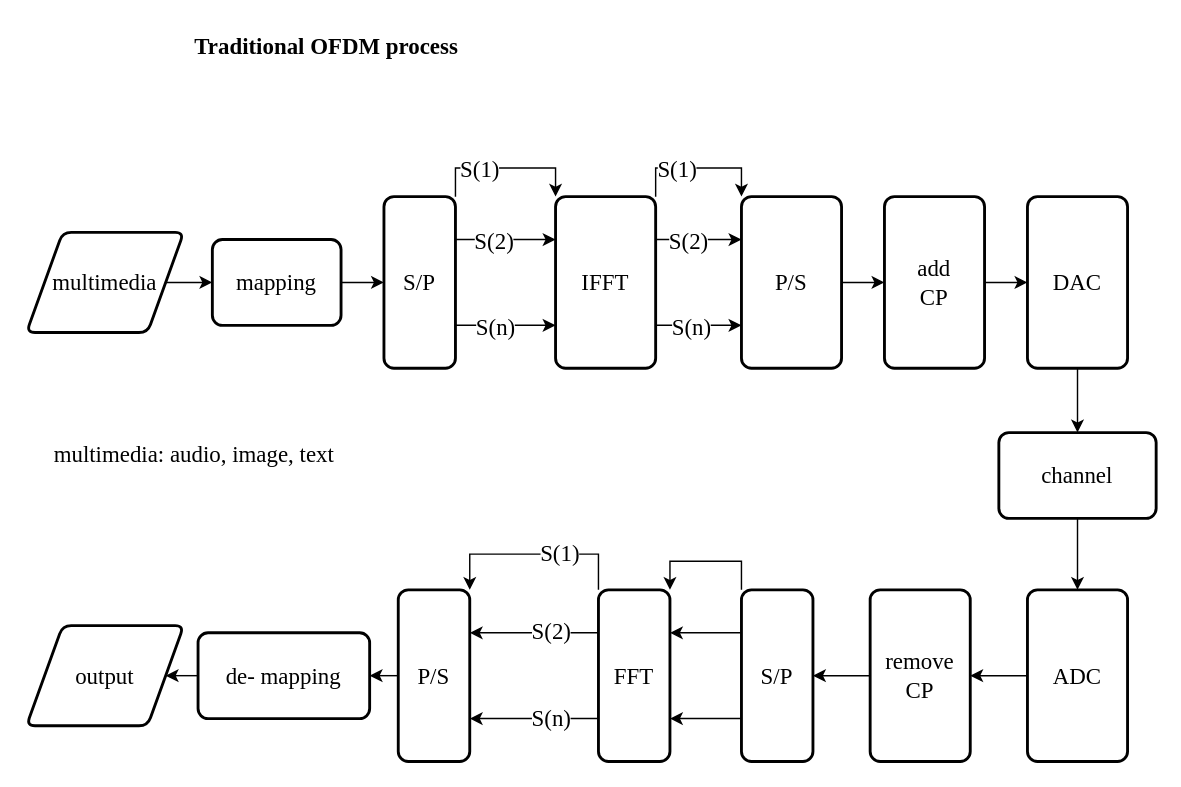
troders34/research keeps this draw.io diagram as page "tradOFDM" (1 of 5) of mod.drawio. Above is the earlier version. Source tidied: cells renumbered, new cells numbered last; positions are measured from the earlier drawing's top-left corner, leaving out a move shared by most shapes. Both pictures are drawn from the tidied source at 143%, with x=0, y=0 at pixel (26, 24).
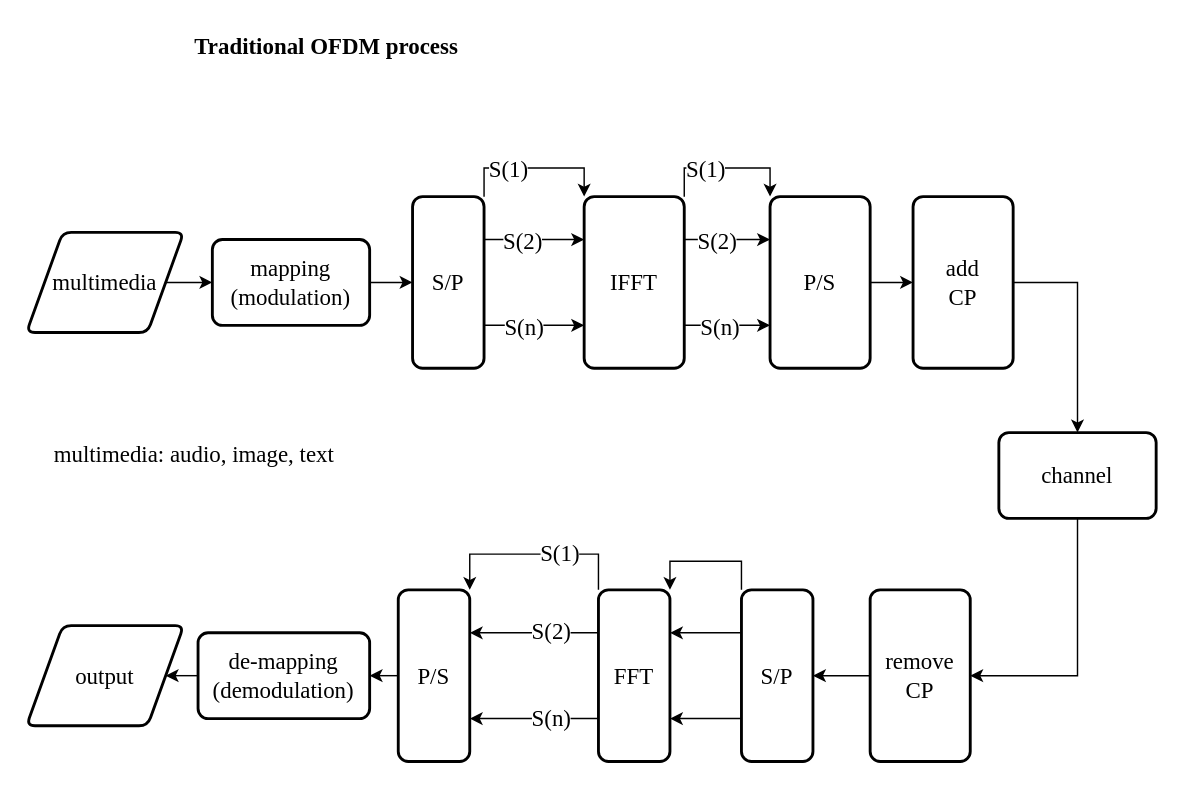
The same page after the edit.

Unchanged cells that the change refers to:
```xml
<mxCell id="17" value="channel" style="rounded=1;whiteSpace=wrap;html=1;absoluteArcSize=1;arcSize=14;strokeWidth=2;fontSize=16;fontFamily=Times New Roman;" parent="1" vertex="1">
  <mxGeometry x="680" y="285" width="110" height="60" as="geometry" />
</mxCell>
<mxCell id="49" value="remove&lt;div&gt;CP&lt;/div&gt;" style="rounded=1;whiteSpace=wrap;html=1;absoluteArcSize=1;arcSize=14;strokeWidth=2;fontSize=16;fontFamily=Times New Roman;" parent="1" vertex="1">
  <mxGeometry x="590" y="395" width="70" height="120" as="geometry" />
</mxCell>
```

Diff of the diagram source:
```diff
@@
-    <mxCell id="4" style="edgeStyle=orthogonalEdgeStyle;rounded=0;jettySize=auto;html=1;exitX=1;exitY=0.5;exitDx=0;exitDy=0;entryX=0;entryY=0.5;entryDx=0;entryDy=0;fontFamily=Times New Roman;fontSize=16;" parent="1" edge="1" source="5" target="12">
+    <mxCell id="4" style="edgeStyle=orthogonalEdgeStyle;rounded=0;jettySize=auto;html=1;entryX=0;entryY=0.5;entryDx=0;entryDy=0;fontFamily=Times New Roman;fontSize=16;exitX=1;exitY=0.5;exitDx=0;exitDy=0;" parent="1" edge="1" source="5" target="12">
       <mxGeometry relative="1" as="geometry" />
     </mxCell>
-    <mxCell id="5" value="mapping" style="rounded=1;whiteSpace=wrap;html=1;absoluteArcSize=1;arcSize=14;strokeWidth=2;fontSize=16;fontFamily=Times New Roman;" parent="1" vertex="1">
-      <mxGeometry x="130" y="150" width="90" height="60" as="geometry" />
+    <mxCell id="5" value="mapping&lt;div&gt;(modulation)&lt;/div&gt;" style="rounded=1;whiteSpace=wrap;html=1;absoluteArcSize=1;arcSize=14;strokeWidth=2;fontSize=16;fontFamily=Times New Roman;" parent="1" vertex="1">
+      <mxGeometry x="130" y="150" width="110" height="60" as="geometry" />
     </mxCell>
@@
     <mxCell id="8" style="edgeStyle=orthogonalEdgeStyle;rounded=0;jettySize=auto;html=1;exitX=1;exitY=0;exitDx=0;exitDy=0;entryX=0;entryY=0;entryDx=0;entryDy=0;fontFamily=Times New Roman;fontSize=16;" parent="1" edge="1" source="12" target="13">
       <mxGeometry relative="1" as="geometry">
         <Array as="points">
-          <mxPoint x="300" y="100" />
-          <mxPoint x="370" y="100" />
+          <mxPoint x="320" y="100" />
+          <mxPoint x="390" y="100" />
         </Array>
       </mxGeometry>
     </mxCell>
@@
     <mxCell id="12" value="S/P" style="rounded=1;whiteSpace=wrap;html=1;absoluteArcSize=1;arcSize=14;strokeWidth=2;fontSize=16;fontFamily=Times New Roman;" parent="1" vertex="1">
-      <mxGeometry x="250" y="120" width="50" height="120" as="geometry" />
+      <mxGeometry x="270" y="120" width="50" height="120" as="geometry" />
     </mxCell>
     <mxCell id="13" value="IFFT" style="rounded=1;whiteSpace=wrap;html=1;absoluteArcSize=1;arcSize=14;strokeWidth=2;fontSize=16;fontFamily=Times New Roman;" parent="1" vertex="1">
-      <mxGeometry x="370" y="120" width="70" height="120" as="geometry" />
+      <mxGeometry x="390" y="120" width="70" height="120" as="geometry" />
     </mxCell>
-    <mxCell id="14" style="edgeStyle=orthogonalEdgeStyle;rounded=0;jettySize=auto;html=1;exitX=0.5;exitY=1;exitDx=0;exitDy=0;entryX=0.5;entryY=0;entryDx=0;entryDy=0;fontFamily=Times New Roman;fontSize=16;" parent="1" edge="1" source="15" target="17">
-      <mxGeometry relative="1" as="geometry" />
-    </mxCell>
-    <mxCell id="15" value="DAC" style="rounded=1;whiteSpace=wrap;html=1;absoluteArcSize=1;arcSize=14;strokeWidth=2;fontSize=16;fontFamily=Times New Roman;" parent="1" vertex="1">
-      <mxGeometry x="700" y="120" width="70" height="120" as="geometry" />
-    </mxCell>
-    <mxCell id="16" style="edgeStyle=orthogonalEdgeStyle;rounded=0;jettySize=auto;html=1;exitX=0.5;exitY=1;exitDx=0;exitDy=0;entryX=0.5;entryY=0;entryDx=0;entryDy=0;fontFamily=Times New Roman;fontSize=16;" parent="1" edge="1" source="17" target="19">
+    <mxCell id="16" style="edgeStyle=orthogonalEdgeStyle;rounded=0;jettySize=auto;html=1;exitX=0.5;exitY=1;exitDx=0;exitDy=0;entryX=1;entryY=0.5;entryDx=0;entryDy=0;fontFamily=Times New Roman;fontSize=16;" parent="1" edge="1" source="17" target="49">
       <mxGeometry relative="1" as="geometry" />
     </mxCell>
@@
-    <mxCell id="18" style="edgeStyle=orthogonalEdgeStyle;rounded=0;jettySize=auto;html=1;exitX=0;exitY=0.5;exitDx=0;exitDy=0;entryX=1;entryY=0.5;entryDx=0;entryDy=0;" parent="1" edge="1" source="19" target="49">
-      <mxGeometry relative="1" as="geometry" />
-    </mxCell>
-    <mxCell id="19" value="ADC" style="rounded=1;whiteSpace=wrap;html=1;absoluteArcSize=1;arcSize=14;strokeWidth=2;fontSize=16;fontFamily=Times New Roman;" parent="1" vertex="1">
-      <mxGeometry x="700" y="395" width="70" height="120" as="geometry" />
-    </mxCell>
@@
-    <mxCell id="30" value="de- mapping" style="rounded=1;whiteSpace=wrap;html=1;absoluteArcSize=1;arcSize=14;strokeWidth=2;fontSize=16;fontFamily=Times New Roman;" parent="1" vertex="1">
+    <mxCell id="30" value="de-mapping&lt;div&gt;(demodulation)&lt;/div&gt;" style="rounded=1;whiteSpace=wrap;html=1;absoluteArcSize=1;arcSize=14;strokeWidth=2;fontSize=16;fontFamily=Times New Roman;" parent="1" vertex="1">
       <mxGeometry x="120" y="425" width="120" height="60" as="geometry" />
     </mxCell>
@@
     <mxCell id="40" value="P/S" style="rounded=1;whiteSpace=wrap;html=1;absoluteArcSize=1;arcSize=14;strokeWidth=2;fontSize=16;fontFamily=Times New Roman;" parent="1" vertex="1">
-      <mxGeometry x="500" y="120" width="70" height="120" as="geometry" />
+      <mxGeometry x="520" y="120" width="70" height="120" as="geometry" />
     </mxCell>
-    <mxCell id="41" style="edgeStyle=orthogonalEdgeStyle;rounded=0;jettySize=auto;html=1;exitX=1;exitY=0.5;exitDx=0;exitDy=0;entryX=0;entryY=0.5;entryDx=0;entryDy=0;" parent="1" edge="1" source="42" target="15">
+    <mxCell id="41" style="edgeStyle=orthogonalEdgeStyle;rounded=0;jettySize=auto;html=1;exitX=1;exitY=0.5;exitDx=0;exitDy=0;entryX=0.5;entryY=0;entryDx=0;entryDy=0;" parent="1" edge="1" source="42" target="17">
       <mxGeometry relative="1" as="geometry" />
     </mxCell>
     <mxCell id="42" value="add&lt;div&gt;CP&lt;/div&gt;" style="rounded=1;whiteSpace=wrap;html=1;absoluteArcSize=1;arcSize=14;strokeWidth=2;fontSize=16;fontFamily=Times New Roman;" parent="1" vertex="1">
-      <mxGeometry x="600" y="120" width="70" height="120" as="geometry" />
+      <mxGeometry x="620" y="120" width="70" height="120" as="geometry" />
     </mxCell>
```
